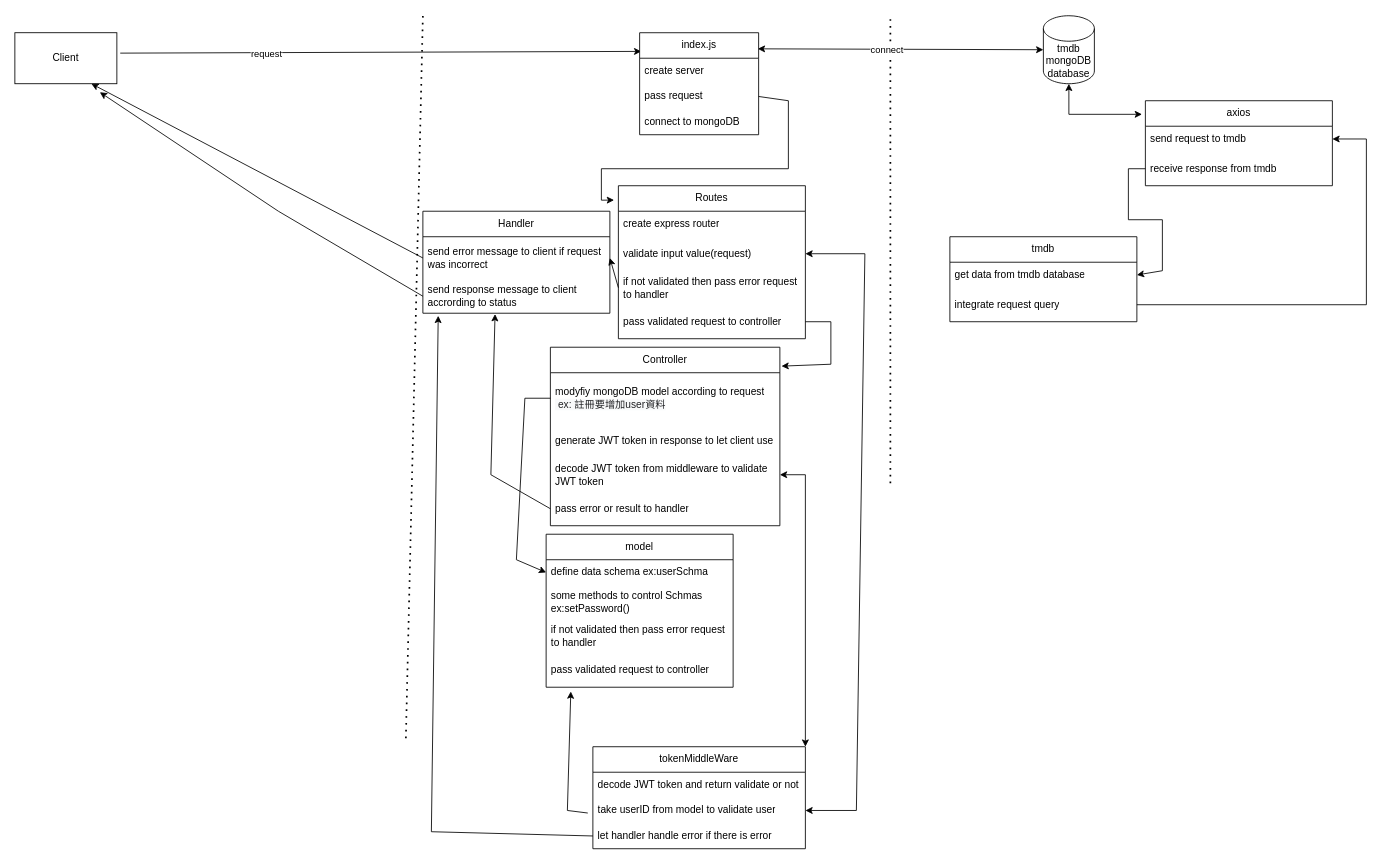
pizza6inch/PizzaFlix keeps this draw.io diagram as 架構圖.drawio. Above is the earlier version. Source tidied: cells renumbered, new cells numbered last; positions are measured from the earlier drawing's top-left corner, leaving out a move shared by most shapes. Both pictures are drawn from the tidied source at 85%, with x=0, y=0 at pixel (14, 15).
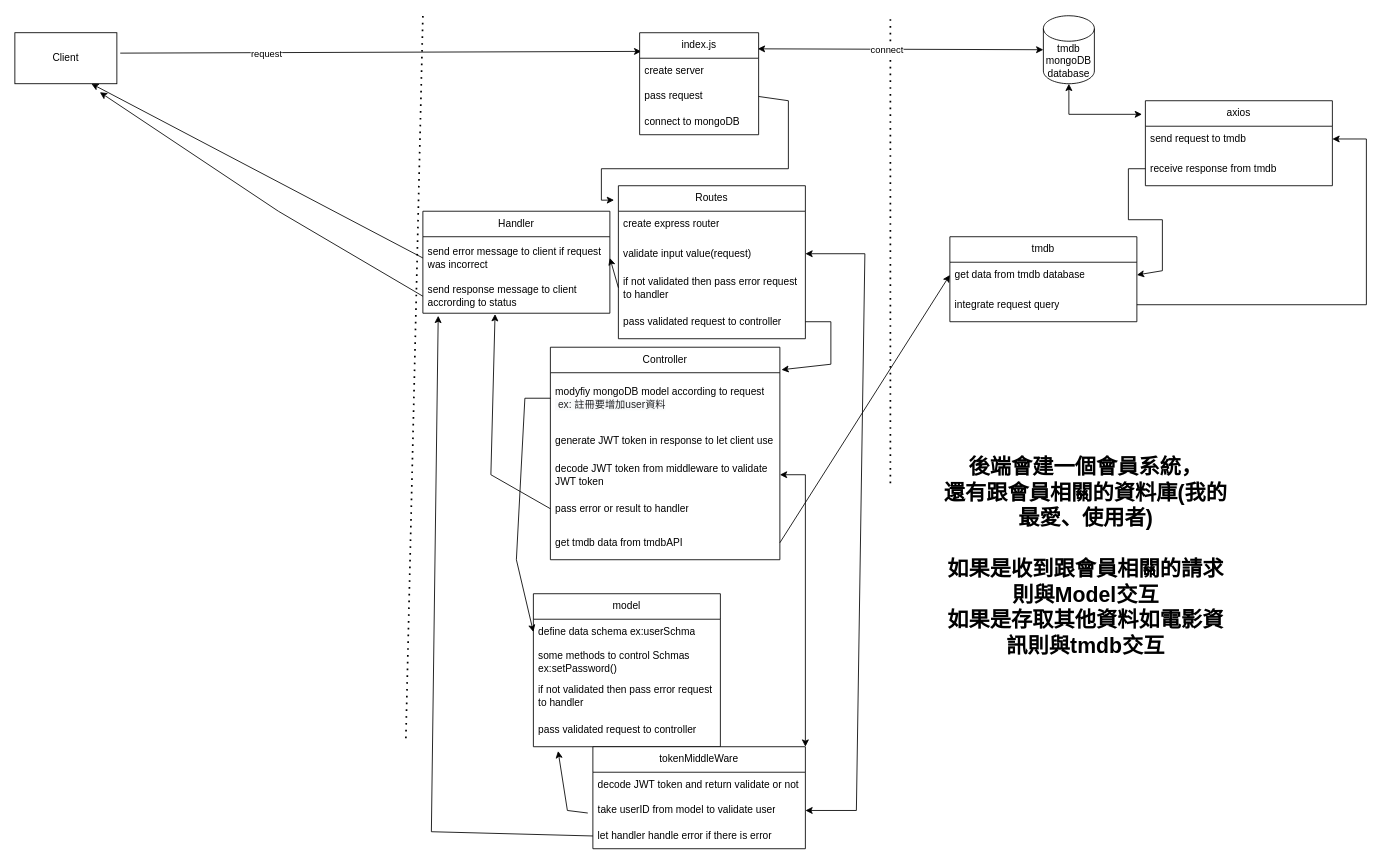
After the change.

Unchanged cells that the change refers to:
```xml
<mxCell id="38" value="get data from tmdb database" style="text;strokeColor=none;fillColor=none;align=left;verticalAlign=middle;spacingLeft=4;spacingRight=4;overflow=hidden;points=[[0,0.5],[1,0.5]];portConstraint=eastwest;whiteSpace=wrap;html=1;" parent="37" vertex="1">
  <mxGeometry y="30" width="220" height="30" as="geometry" />
</mxCell>
```

Change to the diagram source:
```diff
@@
     <mxCell id="25" value="Controller" style="swimlane;fontStyle=0;horizontal=1;startSize=30;whiteSpace=wrap;html=1;" parent="1" vertex="1">
-      <mxGeometry x="630" y="390" width="270" height="210" as="geometry" />
+      <mxGeometry x="630" y="390" width="270" height="250" as="geometry" />
     </mxCell>
@@
+    <mxCell id="56" value="get tmdb data from tmdbAPI" style="text;strokeColor=none;fillColor=none;align=left;verticalAlign=middle;spacingLeft=4;spacingRight=4;overflow=hidden;points=[[0,0.5],[1,0.5]];portConstraint=eastwest;whiteSpace=wrap;html=1;" parent="25" vertex="1">
+      <mxGeometry y="210" width="270" height="40" as="geometry" />
+    </mxCell>
     <mxCell id="30" value="model" style="swimlane;fontStyle=0;horizontal=1;startSize=30;whiteSpace=wrap;html=1;" parent="1" vertex="1">
-      <mxGeometry x="625" y="610" width="220" height="180" as="geometry" />
+      <mxGeometry x="610" y="680" width="220" height="180" as="geometry" />
     </mxCell>
@@
+    <mxCell id="57" style="endArrow=classic;html=1;rounded=0;entryX=0;entryY=0.5;entryDx=0;entryDy=0;exitX=1;exitY=0.5;exitDx=0;exitDy=0;" parent="1" edge="1" source="56" target="38">
+      <mxGeometry relative="1" as="geometry" />
+    </mxCell>
+    <mxCell id="58" value="&lt;b style=&quot;font-size: 25px;&quot;&gt;&lt;font style=&quot;font-size: 25px;&quot;&gt;後端會建一個會員系統，&lt;/font&gt;&lt;/b&gt;&lt;div style=&quot;font-size: 25px;&quot;&gt;&lt;b&gt;&lt;font style=&quot;font-size: 25px;&quot;&gt;還有跟會員相關的資料庫(我的最愛、使用者)&lt;/font&gt;&lt;/b&gt;&lt;div&gt;&lt;b&gt;&lt;font style=&quot;font-size: 25px;&quot;&gt;&lt;br&gt;&lt;/font&gt;&lt;/b&gt;&lt;div&gt;&lt;b&gt;&lt;font style=&quot;font-size: 25px;&quot;&gt;如果是收到跟會員相關的請求則與Model交互&lt;/font&gt;&lt;/b&gt;&lt;/div&gt;&lt;/div&gt;&lt;/div&gt;&lt;div style=&quot;font-size: 25px;&quot;&gt;&lt;b style=&quot;&quot;&gt;&lt;font style=&quot;font-size: 25px;&quot;&gt;如果是存取其他資料如電影資訊則與tmdb交互&lt;/font&gt;&lt;/b&gt;&lt;/div&gt;" style="text;html=1;align=center;verticalAlign=middle;whiteSpace=wrap;rounded=0;" parent="1" vertex="1">
+      <mxGeometry x="1090" y="560" width="340" height="150" as="geometry" />
+    </mxCell>
```
